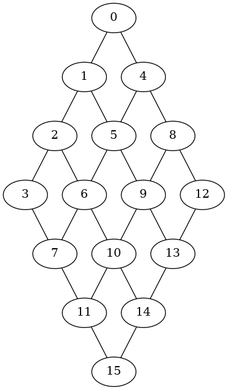
lorenzorizzi17/urban_network keeps this Graphviz diagram as fig/graph.png. Above is the earlier version. Its source is kept beside it as fig/graph.dot.
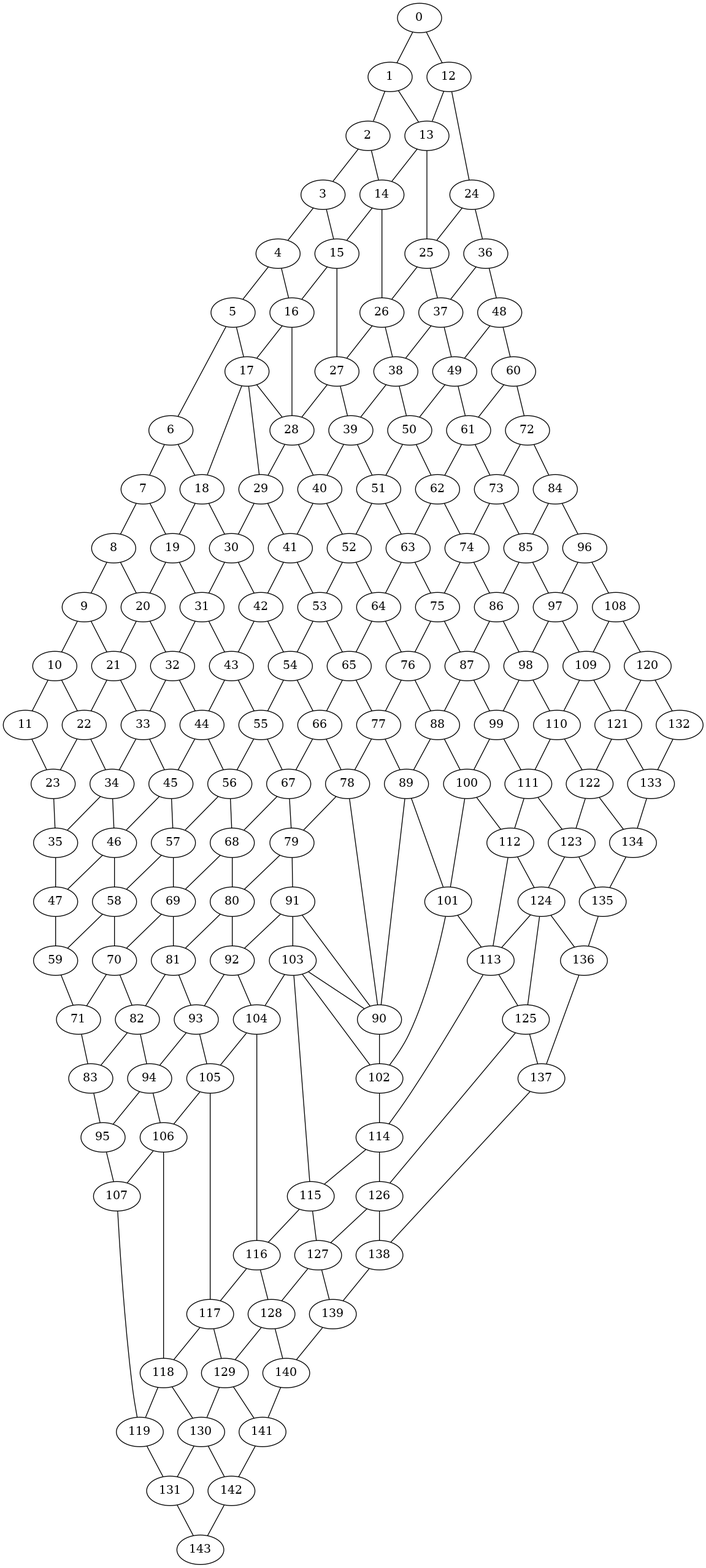
Later version of the same file.

The edit, as a diff of the source:
```diff
@@ -15,28 +15,399 @@
 13;
 14;
 15;
+16;
+17;
+18;
+19;
+20;
+21;
+22;
+23;
+24;
+25;
+26;
+27;
+28;
+29;
+30;
+31;
+32;
+33;
+34;
+35;
+36;
+37;
+38;
+39;
+40;
+41;
+42;
+43;
+44;
+45;
+46;
+47;
+48;
+49;
+50;
+51;
+52;
+53;
+54;
+55;
+56;
+57;
+58;
+59;
+60;
+61;
+62;
+63;
+64;
+65;
+66;
+67;
+68;
+69;
+70;
+71;
+72;
+73;
+74;
+75;
+76;
+77;
+78;
+79;
+80;
+81;
+82;
+83;
+84;
+85;
+86;
+87;
+88;
+89;
+90;
+91;
+92;
+93;
+94;
+95;
+96;
+97;
+98;
+99;
+100;
+101;
+102;
+103;
+104;
+105;
+106;
+107;
+108;
+109;
+110;
+111;
+112;
+113;
+114;
+115;
+116;
+117;
+118;
+119;
+120;
+121;
+122;
+123;
+124;
+125;
+126;
+127;
+128;
+129;
+130;
+131;
+132;
+133;
+134;
+135;
+136;
+137;
+138;
+139;
+140;
+141;
+142;
+143;
 0--1 ;
-0--4 ;
-1--5 ;
+0--12 ;
+1--13 ;
 1--2 ;
-2--6 ;
+2--14 ;
 2--3 ;
-3--7 ;
+3--15 ;
+3--4 ;
+4--16 ;
 4--5 ;
-4--8 ;
-5--9 ;
+5--17 ;
 5--6 ;
-6--10 ;
+6--18 ;
 6--7 ;
-7--11 ;
+7--19 ;
+7--8 ;
+8--20 ;
 8--9 ;
-8--12 ;
-9--13 ;
+9--21 ;
 9--10 ;
-10--14 ;
+10--22 ;
 10--11 ;
-11--15 ;
+11--23 ;
 12--13 ;
+12--24 ;
+13--25 ;
 13--14 ;
+14--26 ;
 14--15 ;
+15--27 ;
+15--16 ;
+16--28 ;
+16--17 ;
+17--29 ;
+17--18 ;
+18--30 ;
+18--19 ;
+19--31 ;
+19--20 ;
+20--32 ;
+20--21 ;
+21--33 ;
+21--22 ;
+22--34 ;
+22--23 ;
+23--35 ;
+24--25 ;
+24--36 ;
+25--37 ;
+25--26 ;
+26--38 ;
+26--27 ;
+27--39 ;
+27--28 ;
+28--40 ;
+28--29 ;
+29--41 ;
+29--30 ;
+30--42 ;
+30--31 ;
+31--43 ;
+31--32 ;
+32--44 ;
+32--33 ;
+33--45 ;
+33--34 ;
+34--46 ;
+34--35 ;
+35--47 ;
+36--37 ;
+36--48 ;
+37--49 ;
+37--38 ;
+38--50 ;
+38--39 ;
+39--51 ;
+39--40 ;
+40--52 ;
+40--41 ;
+41--53 ;
+41--42 ;
+42--54 ;
+42--43 ;
+43--55 ;
+43--44 ;
+44--56 ;
+44--45 ;
+45--57 ;
+45--46 ;
+46--58 ;
+46--47 ;
+47--59 ;
+48--49 ;
+48--60 ;
+49--61 ;
+49--50 ;
+50--62 ;
+50--51 ;
+51--63 ;
+51--52 ;
+52--64 ;
+52--53 ;
+53--65 ;
+53--54 ;
+54--66 ;
+54--55 ;
+55--67 ;
+55--56 ;
+56--68 ;
+56--57 ;
+57--69 ;
+57--58 ;
+58--70 ;
+58--59 ;
+59--71 ;
+60--61 ;
+60--72 ;
+61--73 ;
+61--62 ;
+62--74 ;
+62--63 ;
+63--75 ;
+63--64 ;
+64--76 ;
+64--65 ;
+65--77 ;
+65--66 ;
+66--78 ;
+66--67 ;
+67--79 ;
+67--68 ;
+68--80 ;
+68--69 ;
+69--81 ;
+69--70 ;
+70--82 ;
+70--71 ;
+71--83 ;
+72--73 ;
+72--84 ;
+73--85 ;
+73--74 ;
+74--86 ;
+74--75 ;
+75--87 ;
+75--76 ;
+76--88 ;
+76--77 ;
+77--89 ;
+77--78 ;
+78--90 ;
+78--79 ;
+79--91 ;
+79--80 ;
+80--92 ;
+80--81 ;
+81--93 ;
+81--82 ;
+82--94 ;
+82--83 ;
+83--95 ;
+84--85 ;
+84--96 ;
+85--97 ;
+85--86 ;
+86--98 ;
+86--87 ;
+87--99 ;
+87--88 ;
+88--100 ;
+88--89 ;
+89--101 ;
+89--90 ;
+90--102 ;
+90--91 ;
+91--103 ;
+91--92 ;
+92--104 ;
+92--93 ;
+93--105 ;
+93--94 ;
+94--106 ;
+94--95 ;
+95--107 ;
+96--97 ;
+96--108 ;
+97--109 ;
+97--98 ;
+98--110 ;
+98--99 ;
+99--111 ;
+99--100 ;
+100--112 ;
+100--101 ;
+101--113 ;
+101--102 ;
+102--114 ;
+102--103 ;
+103--115 ;
+103--104 ;
+104--116 ;
+104--105 ;
+105--117 ;
+105--106 ;
+106--118 ;
+106--107 ;
+107--119 ;
+108--109 ;
+108--120 ;
+109--121 ;
+109--110 ;
+110--122 ;
+110--111 ;
+111--123 ;
+111--112 ;
+112--124 ;
+112--113 ;
+113--125 ;
+113--114 ;
+114--126 ;
+114--115 ;
+115--127 ;
+115--116 ;
+116--128 ;
+116--117 ;
+117--129 ;
+117--118 ;
+118--130 ;
+118--119 ;
+119--131 ;
+120--121 ;
+120--132 ;
+121--133 ;
+121--122 ;
+122--134 ;
+122--123 ;
+123--135 ;
+123--124 ;
+124--136 ;
+124--125 ;
+125--137 ;
+125--126 ;
+126--138 ;
+126--127 ;
+127--139 ;
+127--128 ;
+128--140 ;
+128--129 ;
+129--141 ;
+129--130 ;
+130--142 ;
+130--131 ;
+131--143 ;
+132--133 ;
+133--134 ;
+134--135 ;
+135--136 ;
+136--137 ;
+137--138 ;
+138--139 ;
+139--140 ;
+140--141 ;
+141--142 ;
+142--143 ;
+103--90 ;
+17--28 ;
+124--113 ;
 }
```
